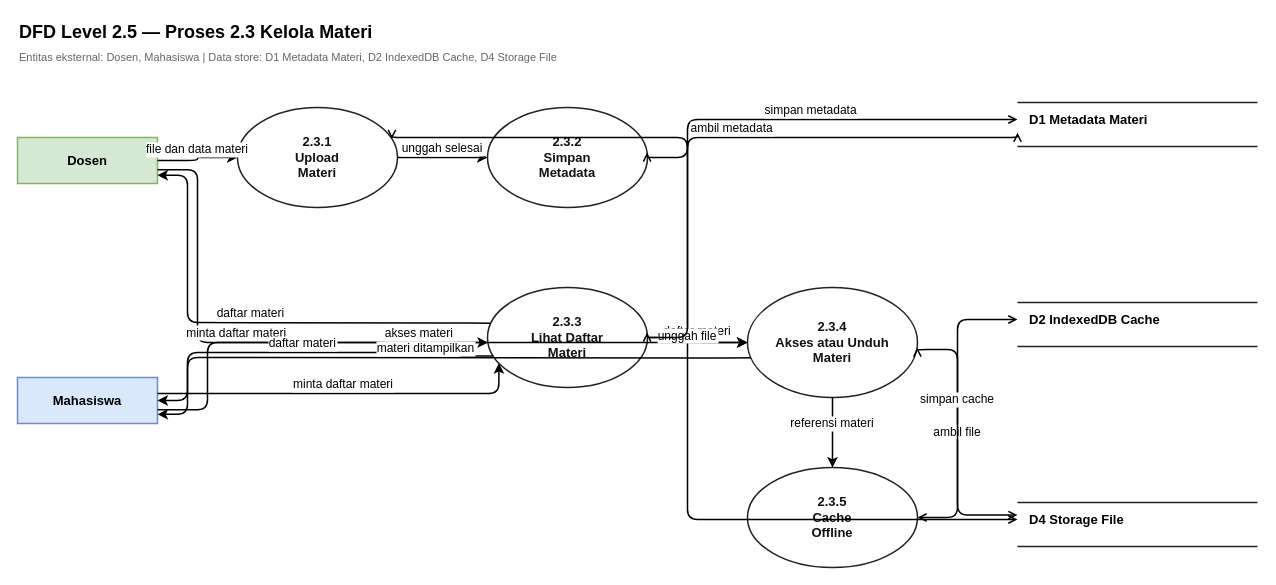
Earlier version of the draw.io diagram docs/DFD-Level2-2.3-Kelola-Materi-Yourdon.drawio (taufiq1285/sistem-pwa). Source tidied: cells renumbered, new cells numbered last; positions are measured from the earlier drawing's top-left corner, leaving out a move shared by most shapes. Both pictures are drawn from the tidied source at 100%, with x=0, y=0 at pixel (17, 17).
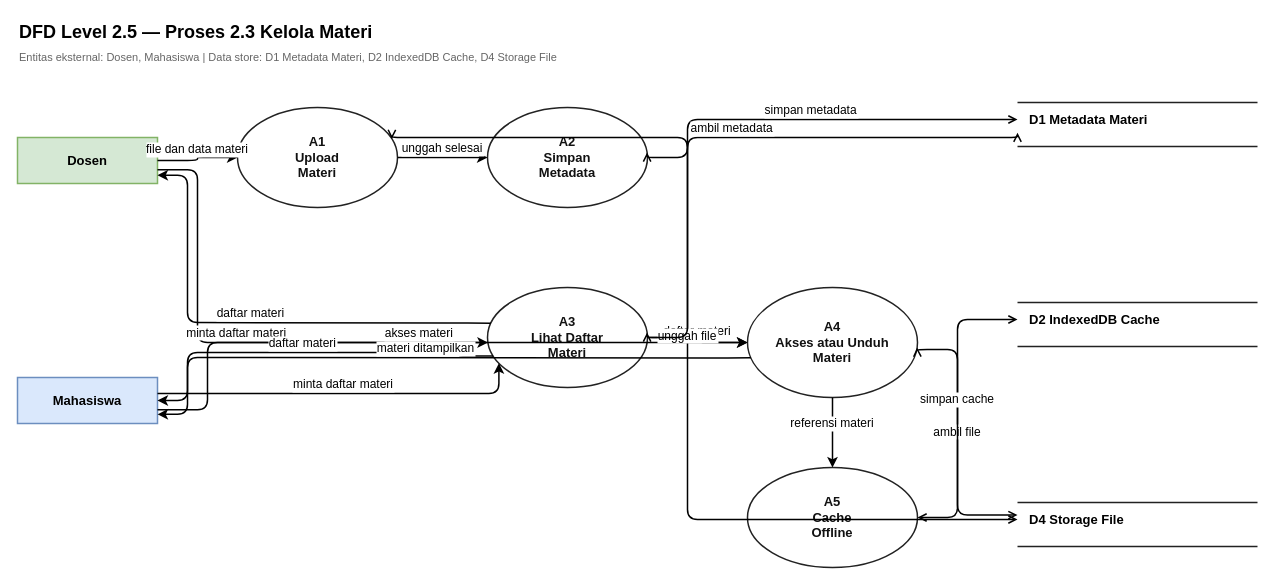
The same page after the edit.

The edit, as a diff of the source:
```diff
@@
-    <mxCell id="6" value="2.3.1&#10;Upload&#10;Materi" style="ellipse;whiteSpace=wrap;html=1;fillColor=#ffffff;strokeColor=#222222;strokeWidth=1.5;fontColor=#111111;fontStyle=1;fontSize=13;" parent="1" vertex="1">
+    <mxCell id="6" value="A1&#10;Upload&#10;Materi" style="ellipse;whiteSpace=wrap;html=1;fillColor=#ffffff;strokeColor=#222222;strokeWidth=1.5;fontColor=#111111;fontStyle=1;fontSize=13;" parent="1" vertex="1">
       <mxGeometry x="220" y="90" width="160" height="100" as="geometry" />
     </mxCell>
-    <mxCell id="7" value="2.3.2&#10;Simpan&#10;Metadata" style="ellipse;whiteSpace=wrap;html=1;fillColor=#ffffff;strokeColor=#222222;strokeWidth=1.5;fontColor=#111111;fontStyle=1;fontSize=13;" parent="1" vertex="1">
+    <mxCell id="7" value="A2&#10;Simpan&#10;Metadata" style="ellipse;whiteSpace=wrap;html=1;fillColor=#ffffff;strokeColor=#222222;strokeWidth=1.5;fontColor=#111111;fontStyle=1;fontSize=13;" parent="1" vertex="1">
       <mxGeometry x="470" y="90" width="160" height="100" as="geometry" />
     </mxCell>
-    <mxCell id="8" value="2.3.3&#10;Lihat Daftar&#10;Materi" style="ellipse;whiteSpace=wrap;html=1;fillColor=#ffffff;strokeColor=#222222;strokeWidth=1.5;fontColor=#111111;fontStyle=1;fontSize=13;" parent="1" vertex="1">
+    <mxCell id="8" value="A3&#10;Lihat Daftar&#10;Materi" style="ellipse;whiteSpace=wrap;html=1;fillColor=#ffffff;strokeColor=#222222;strokeWidth=1.5;fontColor=#111111;fontStyle=1;fontSize=13;" parent="1" vertex="1">
       <mxGeometry x="470" y="270" width="160" height="100" as="geometry" />
     </mxCell>
-    <mxCell id="9" value="2.3.4&#10;Akses atau Unduh&#10;Materi" style="ellipse;whiteSpace=wrap;html=1;fillColor=#ffffff;strokeColor=#222222;strokeWidth=1.5;fontColor=#111111;fontStyle=1;fontSize=13;" parent="1" vertex="1">
+    <mxCell id="9" value="A4&#10;Akses atau Unduh&#10;Materi" style="ellipse;whiteSpace=wrap;html=1;fillColor=#ffffff;strokeColor=#222222;strokeWidth=1.5;fontColor=#111111;fontStyle=1;fontSize=13;" parent="1" vertex="1">
       <mxGeometry x="730" y="270" width="170" height="110" as="geometry" />
     </mxCell>
-    <mxCell id="10" value="2.3.5&#10;Cache&#10;Offline" style="ellipse;whiteSpace=wrap;html=1;fillColor=#ffffff;strokeColor=#222222;strokeWidth=1.5;fontColor=#111111;fontStyle=1;fontSize=13;" parent="1" vertex="1">
+    <mxCell id="10" value="A5&#10;Cache&#10;Offline" style="ellipse;whiteSpace=wrap;html=1;fillColor=#ffffff;strokeColor=#222222;strokeWidth=1.5;fontColor=#111111;fontStyle=1;fontSize=13;" parent="1" vertex="1">
       <mxGeometry x="730" y="450" width="170" height="100" as="geometry" />
     </mxCell>
```
